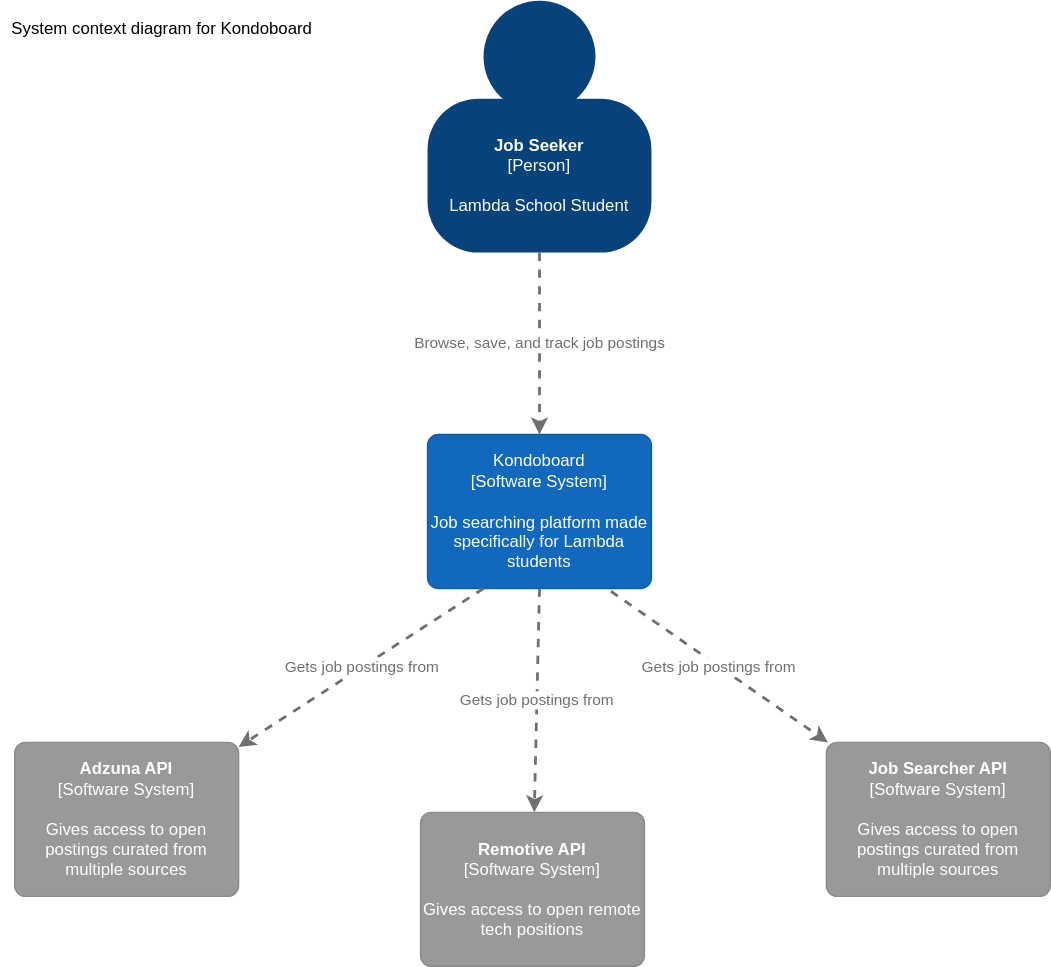
The draw.io diagram diagrams/kondo_context.svg in BloomTech-Labs/kondoboard-ds, before a commit. Source tidied: cells renumbered, new cells last; positions are measured from the earlier drawing's top-left corner, leaving out a move shared by most shapes. Source of this version:
```xml
<mxGraphModel>
  <root>
    <mxCell id="0" />
    <mxCell id="1" parent="0" />
    <mxCell id="2" style="group;rounded=0;labelBackgroundColor=none;fillColor=none;fontColor=#ffffff;align=center;html=1;" parent="1" vertex="1">
      <mxGeometry x="305" width="160" height="180" as="geometry" />
    </mxCell>
    <object id="3" label="&lt;b&gt;Job Seeker&lt;br&gt;&lt;/b&gt;&lt;div&gt;[Person]&lt;/div&gt;&lt;div&gt;&lt;br&gt;&lt;/div&gt;&lt;div&gt;Lambda School Student&lt;br&gt;&lt;/div&gt;" c4Description="Description" c4Name="name" c4Type="body" placeholders="1">
      <mxCell style="rounded=1;whiteSpace=wrap;html=1;labelBackgroundColor=none;fillColor=#08427b;fontColor=#ffffff;align=center;arcSize=33;strokeColor=3c7fc0;" parent="2" vertex="1">
        <mxGeometry y="70" width="160" height="110" as="geometry" />
      </mxCell>
    </object>
    <mxCell id="4" style="ellipse;whiteSpace=wrap;html=1;rounded=0;labelBackgroundColor=none;fillColor=#08427b;fontSize=12;fontColor=#ffffff;align=center;strokeColor=3c7fc0;" parent="2" vertex="1">
      <mxGeometry x="40" width="80" height="80" as="geometry" />
    </mxCell>
    <mxCell id="5" value="Browse, save, and track job postings" style="edgeStyle=none;rounded=0;html=1;jettySize=auto;strokeColor=#707070;strokeWidth=2;fontColor=#707070;jumpStyle=none;dashed=1;exitX=0.5;exitY=1;exitDx=0;exitDy=0;" parent="1" edge="1" source="3" target="6">
      <mxGeometry relative="1" as="geometry" />
    </mxCell>
    <object id="6" label="&lt;div&gt;Kondoboard&lt;/div&gt;&lt;div&gt;[Software System]&lt;/div&gt;&lt;div&gt;&lt;br&gt;&lt;/div&gt;&lt;div&gt;Job searching platform made specifically for Lambda students&lt;br&gt;&lt;/div&gt;" c4Description="Description" c4Name="name" c4Type="SoftwareSystem" placeholders="1">
      <mxCell style="rounded=1;whiteSpace=wrap;html=1;labelBackgroundColor=none;fillColor=#1168bd;fontColor=#ffffff;align=center;arcSize=7;strokeColor=#0f5eaa;" parent="1" vertex="1">
        <mxGeometry x="305" y="310" width="160" height="110" as="geometry" />
      </mxCell>
    </object>
    <mxCell id="7" value="Gets job postings from" style="edgeStyle=none;rounded=0;html=1;jettySize=auto;strokeColor=#707070;strokeWidth=2;fontColor=#707070;jumpStyle=none;dashed=1;exitX=0.819;exitY=1.018;exitDx=0;exitDy=0;exitPerimeter=0;" parent="1" edge="1" source="6" target="10">
      <mxGeometry relative="1" as="geometry" />
    </mxCell>
    <mxCell id="8" value="Gets job postings from" style="edgeStyle=none;rounded=0;html=1;jettySize=auto;strokeColor=#707070;strokeWidth=2;fontColor=#707070;jumpStyle=none;dashed=1;exitX=0.5;exitY=1;exitDx=0;exitDy=0;" parent="1" edge="1" source="6" target="11">
      <mxGeometry relative="1" as="geometry" />
    </mxCell>
    <mxCell id="9" value="Gets job postings from" style="edgeStyle=none;rounded=0;html=1;jettySize=auto;strokeColor=#707070;strokeWidth=2;fontColor=#707070;jumpStyle=none;dashed=1;exitX=0.25;exitY=1;exitDx=0;exitDy=0;" parent="1" edge="1" source="6" target="12">
      <mxGeometry relative="1" as="geometry" />
    </mxCell>
    <object id="10" label="&lt;b&gt;Job Searcher API&lt;br&gt;&lt;/b&gt;&lt;div&gt;[Software System]&lt;/div&gt;&lt;div&gt;&lt;br&gt;&lt;/div&gt;&lt;div&gt;Gives access to open postings curated from multiple sources&lt;br&gt;&lt;/div&gt;" c4Description="Description" c4Name="name" c4Type="SoftwareSystemDependency" placeholders="1">
      <mxCell style="rounded=1;whiteSpace=wrap;html=1;labelBackgroundColor=none;fillColor=#999999;fontColor=#ffffff;align=center;arcSize=7;strokeColor=#8a8a8a;" parent="1" vertex="1">
        <mxGeometry x="590" y="530" width="160" height="110" as="geometry" />
      </mxCell>
    </object>
    <object id="11" label="&lt;b&gt;Remotive API&lt;br&gt;&lt;/b&gt;&lt;div&gt;[Software System]&lt;/div&gt;&lt;div&gt;&lt;br&gt;&lt;/div&gt;&lt;div&gt;Gives access to open remote tech positions&lt;br&gt;&lt;/div&gt;" c4Description="Description" c4Name="name" c4Type="SoftwareSystemDependency" placeholders="1">
      <mxCell style="rounded=1;whiteSpace=wrap;html=1;labelBackgroundColor=none;fillColor=#999999;fontColor=#ffffff;align=center;arcSize=7;strokeColor=#8a8a8a;" parent="1" vertex="1">
        <mxGeometry x="300" y="580" width="160" height="110" as="geometry" />
      </mxCell>
    </object>
    <object id="12" label="&lt;b&gt;Adzuna API&lt;br&gt;&lt;/b&gt;&lt;div&gt;[Software System]&lt;/div&gt;&lt;div&gt;&lt;br&gt;&lt;/div&gt;&lt;div&gt;Gives access to open postings curated from multiple sources&lt;br&gt;&lt;/div&gt;" c4Description="Description" c4Name="name" c4Type="SoftwareSystemDependency" placeholders="1">
      <mxCell style="rounded=1;whiteSpace=wrap;html=1;labelBackgroundColor=none;fillColor=#999999;fontColor=#ffffff;align=center;arcSize=7;strokeColor=#8a8a8a;" parent="1" vertex="1">
        <mxGeometry x="10" y="530" width="160" height="110" as="geometry" />
      </mxCell>
    </object>
    <mxCell id="13" value="System context diagram for Kondoboard" style="text;html=1;align=center;verticalAlign=middle;" parent="1" vertex="1">
      <mxGeometry y="10" width="230" height="20" as="geometry" />
    </mxCell>
  </root>
</mxGraphModel>
```
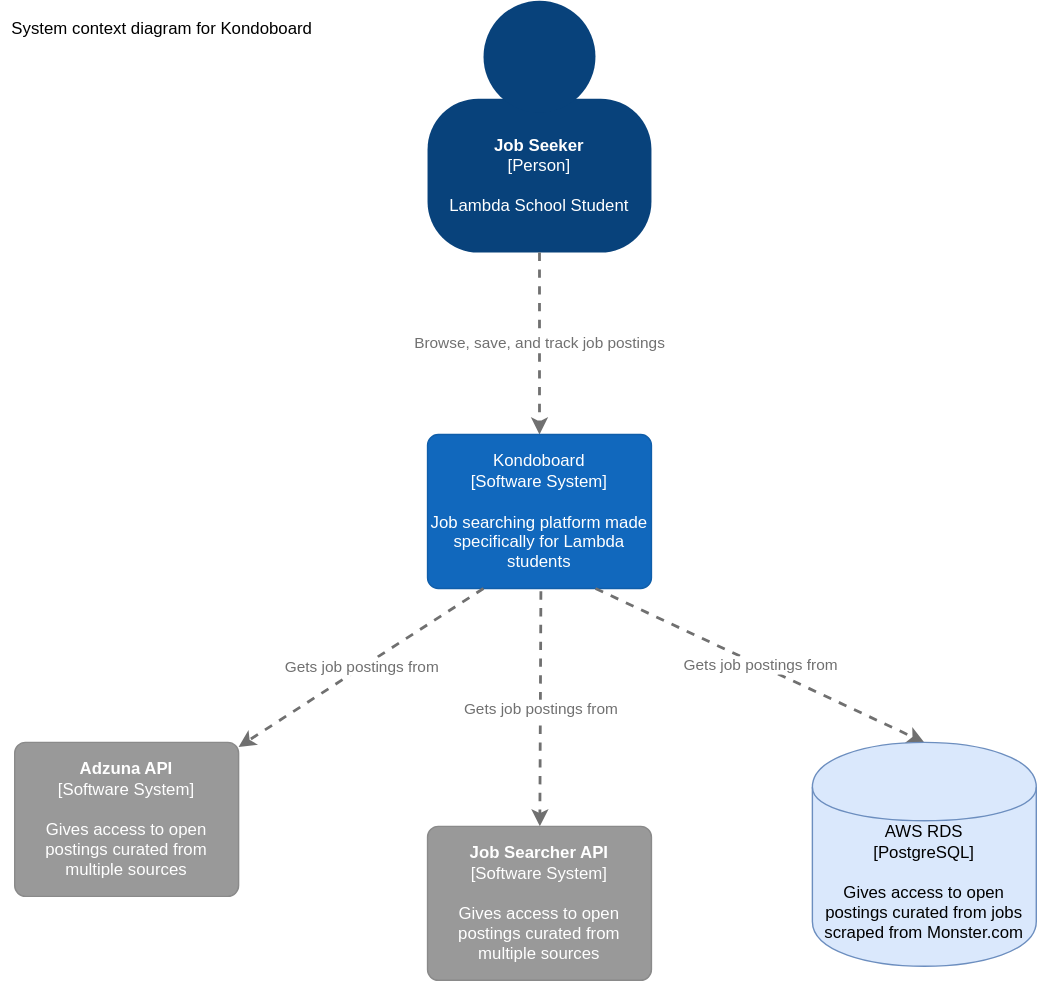
Above is the later version.

Commit message:
Updates diagrams to add cron jobs and monster scraper

Change to the diagram source:
```diff
@@ -21,10 +21,12 @@
         <mxGeometry x="305" y="310" width="160" height="110" as="geometry" />
       </mxCell>
     </object>
-    <mxCell id="7" value="Gets job postings from" style="edgeStyle=none;rounded=0;html=1;jettySize=auto;strokeColor=#707070;strokeWidth=2;fontColor=#707070;jumpStyle=none;dashed=1;exitX=0.819;exitY=1.018;exitDx=0;exitDy=0;exitPerimeter=0;" parent="1" edge="1" source="6" target="10">
-      <mxGeometry relative="1" as="geometry" />
+    <mxCell id="7" value="Gets job postings from" style="edgeStyle=none;rounded=0;html=1;jettySize=auto;strokeColor=#707070;strokeWidth=2;fontColor=#707070;jumpStyle=none;dashed=1;" parent="1" edge="1" target="10">
+      <mxGeometry relative="1" as="geometry">
+        <mxPoint x="386" y="422" as="sourcePoint" />
+      </mxGeometry>
     </mxCell>
-    <mxCell id="8" value="Gets job postings from" style="edgeStyle=none;rounded=0;html=1;jettySize=auto;strokeColor=#707070;strokeWidth=2;fontColor=#707070;jumpStyle=none;dashed=1;exitX=0.5;exitY=1;exitDx=0;exitDy=0;" parent="1" edge="1" source="6" target="11">
+    <mxCell id="8" value="Gets job postings from" style="edgeStyle=none;rounded=0;html=1;jettySize=auto;strokeColor=#707070;strokeWidth=2;fontColor=#707070;jumpStyle=none;dashed=1;exitX=0.75;exitY=1;exitDx=0;exitDy=0;entryX=0.5;entryY=0;entryDx=0;entryDy=0;entryPerimeter=0;" parent="1" edge="1" source="6" target="14">
       <mxGeometry relative="1" as="geometry" />
     </mxCell>
     <mxCell id="9" value="Gets job postings from" style="edgeStyle=none;rounded=0;html=1;jettySize=auto;strokeColor=#707070;strokeWidth=2;fontColor=#707070;jumpStyle=none;dashed=1;exitX=0.25;exitY=1;exitDx=0;exitDy=0;" parent="1" edge="1" source="6" target="12">
@@ -32,14 +34,9 @@
     </mxCell>
     <object id="10" label="&lt;b&gt;Job Searcher API&lt;br&gt;&lt;/b&gt;&lt;div&gt;[Software System]&lt;/div&gt;&lt;div&gt;&lt;br&gt;&lt;/div&gt;&lt;div&gt;Gives access to open postings curated from multiple sources&lt;br&gt;&lt;/div&gt;" c4Description="Description" c4Name="name" c4Type="SoftwareSystemDependency" placeholders="1">
       <mxCell style="rounded=1;whiteSpace=wrap;html=1;labelBackgroundColor=none;fillColor=#999999;fontColor=#ffffff;align=center;arcSize=7;strokeColor=#8a8a8a;" parent="1" vertex="1">
-        <mxGeometry x="590" y="530" width="160" height="110" as="geometry" />
+        <mxGeometry x="305" y="590" width="160" height="110" as="geometry" />
       </mxCell>
     </object>
-    <object id="11" label="&lt;b&gt;Remotive API&lt;br&gt;&lt;/b&gt;&lt;div&gt;[Software System]&lt;/div&gt;&lt;div&gt;&lt;br&gt;&lt;/div&gt;&lt;div&gt;Gives access to open remote tech positions&lt;br&gt;&lt;/div&gt;" c4Description="Description" c4Name="name" c4Type="SoftwareSystemDependency" placeholders="1">
-      <mxCell style="rounded=1;whiteSpace=wrap;html=1;labelBackgroundColor=none;fillColor=#999999;fontColor=#ffffff;align=center;arcSize=7;strokeColor=#8a8a8a;" parent="1" vertex="1">
-        <mxGeometry x="300" y="580" width="160" height="110" as="geometry" />
-      </mxCell>
-    </object>
     <object id="12" label="&lt;b&gt;Adzuna API&lt;br&gt;&lt;/b&gt;&lt;div&gt;[Software System]&lt;/div&gt;&lt;div&gt;&lt;br&gt;&lt;/div&gt;&lt;div&gt;Gives access to open postings curated from multiple sources&lt;br&gt;&lt;/div&gt;" c4Description="Description" c4Name="name" c4Type="SoftwareSystemDependency" placeholders="1">
       <mxCell style="rounded=1;whiteSpace=wrap;html=1;labelBackgroundColor=none;fillColor=#999999;fontColor=#ffffff;align=center;arcSize=7;strokeColor=#8a8a8a;" parent="1" vertex="1">
         <mxGeometry x="10" y="530" width="160" height="110" as="geometry" />
@@ -48,5 +45,8 @@
     <mxCell id="13" value="System context diagram for Kondoboard" style="text;html=1;align=center;verticalAlign=middle;" parent="1" vertex="1">
       <mxGeometry y="10" width="230" height="20" as="geometry" />
     </mxCell>
+    <mxCell id="14" value="&lt;span&gt;AWS RDS&lt;br&gt;&lt;/span&gt;&lt;div&gt;[PostgreSQL]&lt;/div&gt;&lt;br&gt;Gives access to open postings curated from jobs scraped from Monster.com" style="shape=cylinder;whiteSpace=wrap;html=1;boundedLbl=1;rounded=0;labelBackgroundColor=none;fillColor=#dae8fc;fontSize=12;fontColor=#000000;align=center;strokeColor=#6c8ebf;points=[[0.5,0,0],[1,0.25,0],[1,0.5,0],[1,0.75,0],[0.5,1,0],[0,0.75,0],[0,0.5,0],[0,0.25,0]];" parent="1" vertex="1">
+      <mxGeometry x="580" y="530" width="160" height="160" as="geometry" />
+    </mxCell>
   </root>
 </mxGraphModel>
```
